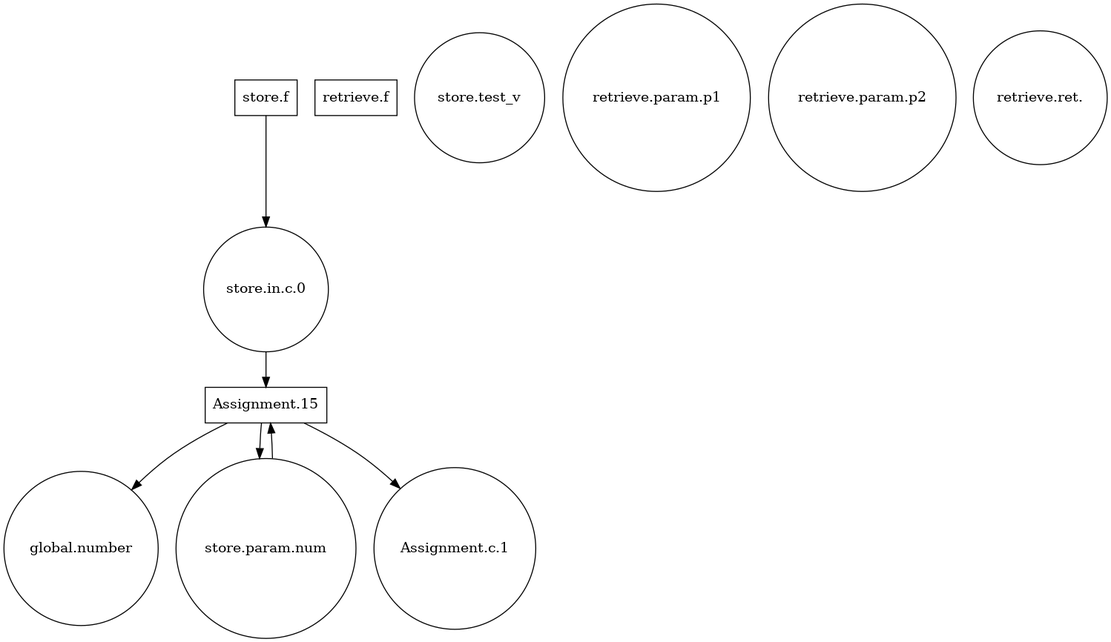
Earlier version of the Graphviz export bin/CPN.png (Yowen397/modeler). Its source is kept beside it as bin/CPN.dot.
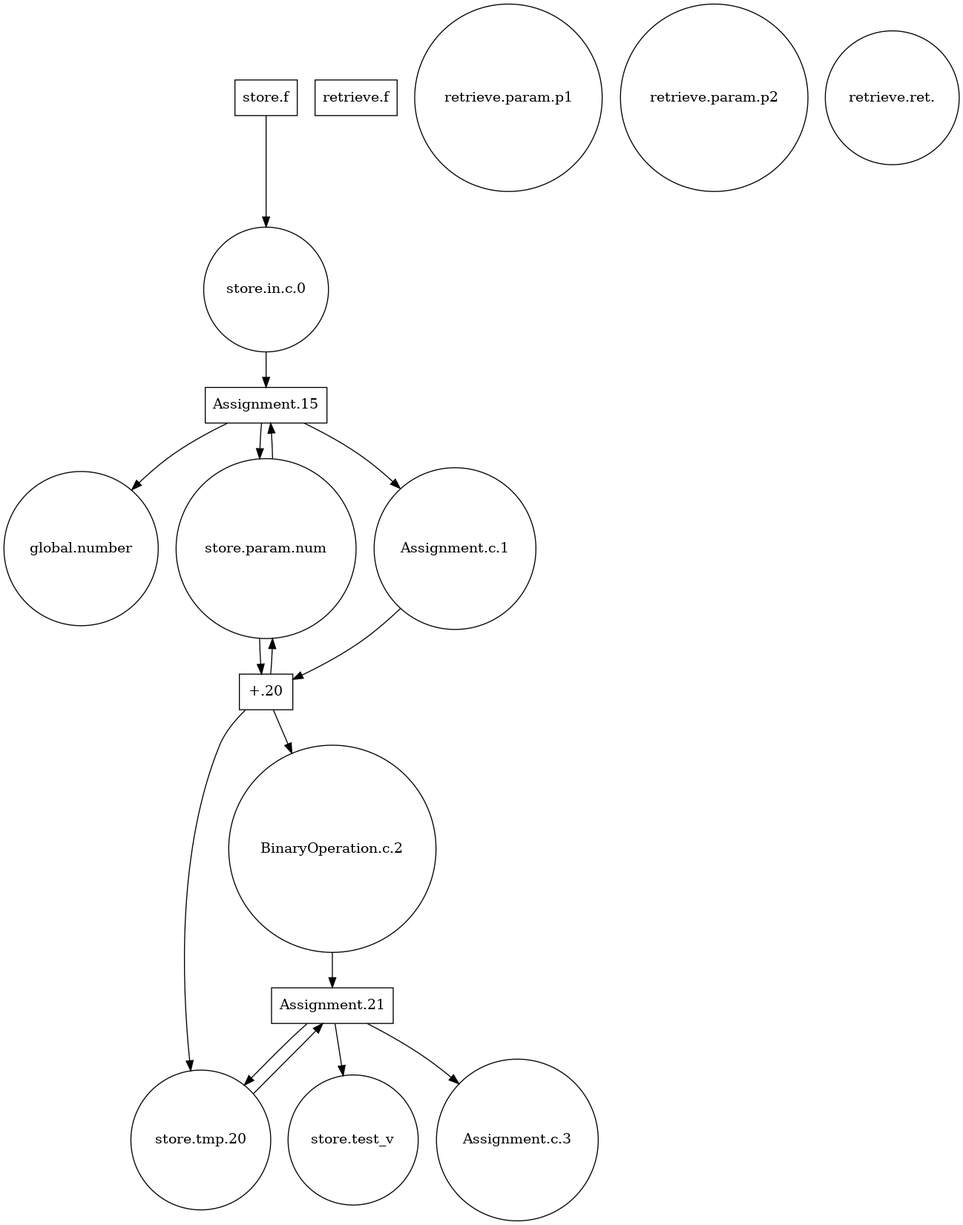
After the change.

Change to the diagram source:
```diff
@@ -1,21 +1,36 @@
 digraph G{
 node[shape=box]
-store_f[label="store.f"]
-retrieve_f[label="retrieve.f"]
-Assignment_15[label="Assignment.15"]
+"store.f"[label="store.f"]
+"retrieve.f"[label="retrieve.f"]
+"Assignment.15"[label="Assignment.15"]
+"+.20"[label="+.20"]
+"Assignment.21"[label="Assignment.21"]
 node[shape=circle]
-global_number[label="global.number"]
-store_test_v[label="store.test_v"]
-store_param_num[label="store.param.num"]
-retrieve_param_p1[label="retrieve.param.p1"]
-retrieve_param_p2[label="retrieve.param.p2"]
-retrieve_ret_[label="retrieve.ret."]
-store_in_c_0[label="store.in.c.0"]
-Assignment_c_1[label="Assignment.c.1"]
-store_f->store_in_c_0
-store_in_c_0->Assignment_15
-store_param_num->Assignment_15
-Assignment_15->store_param_num
-Assignment_15->global_number
-Assignment_15->Assignment_c_1
+"global.number"[label="global.number"]
+"store.test_v"[label="store.test_v"]
+"store.param.num"[label="store.param.num"]
+"retrieve.param.p1"[label="retrieve.param.p1"]
+"retrieve.param.p2"[label="retrieve.param.p2"]
+"retrieve.ret."[label="retrieve.ret."]
+"store.in.c.0"[label="store.in.c.0"]
+"Assignment.c.1"[label="Assignment.c.1"]
+"store.tmp.20"[label="store.tmp.20"]
+"BinaryOperation.c.2"[label="BinaryOperation.c.2"]
+"Assignment.c.3"[label="Assignment.c.3"]
+"store.f"->"store.in.c.0"
+"store.in.c.0"->"Assignment.15"
+"store.param.num"->"Assignment.15"
+"Assignment.15"->"store.param.num"
+"Assignment.15"->"global.number"
+"Assignment.15"->"Assignment.c.1"
+"Assignment.c.1"->"+.20"
+"store.param.num"->"+.20"
+"+.20"->"store.param.num"
+"+.20"->"store.tmp.20"
+"+.20"->"BinaryOperation.c.2"
+"BinaryOperation.c.2"->"Assignment.21"
+"store.tmp.20"->"Assignment.21"
+"Assignment.21"->"store.tmp.20"
+"Assignment.21"->"store.test_v"
+"Assignment.21"->"Assignment.c.3"
 }
```
